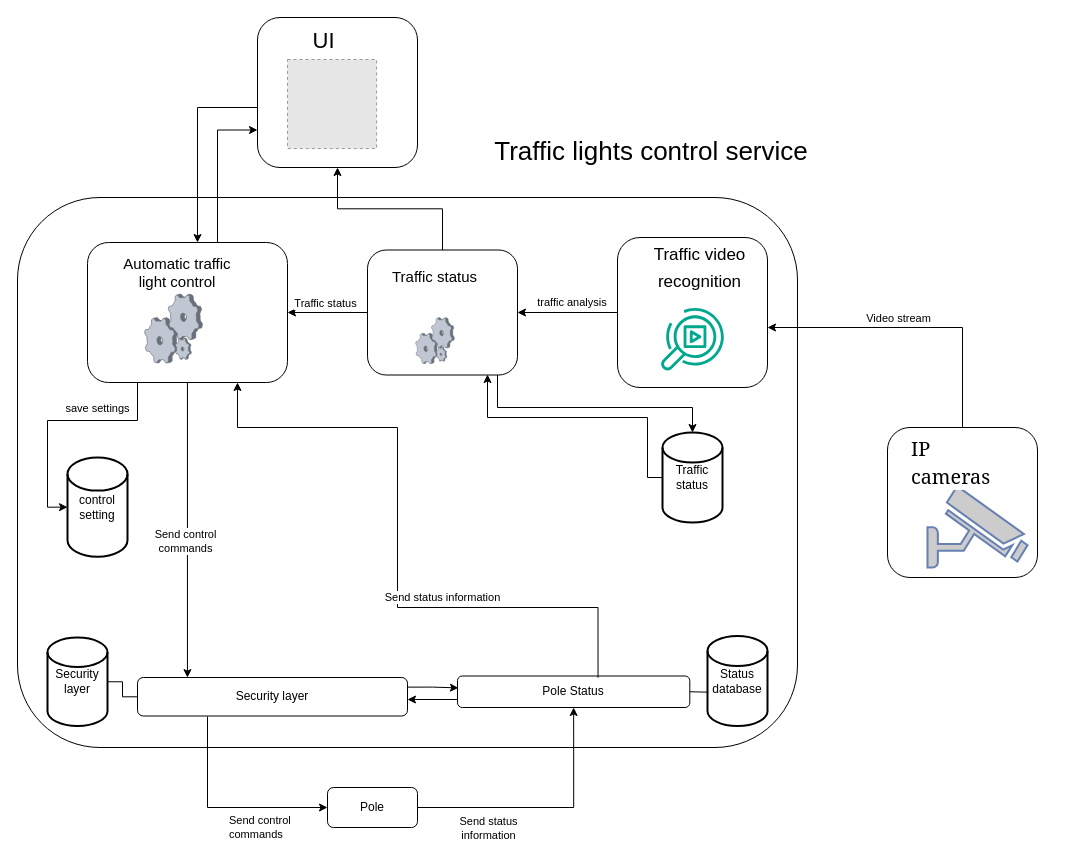
This is Untitled Diagram.drawio from Mrazbb/OAMK_DDD, a draw.io file, before an edit. Source tidied: cells renumbered, new cells numbered last; positions are measured from the earlier drawing's top-left corner, leaving out a move shared by most shapes. Both pictures are drawn from the tidied source at 100%, with x=0, y=0 at pixel (17, 17). Pictures stored in the file or linked from it are replaced by grey dashed boxes.
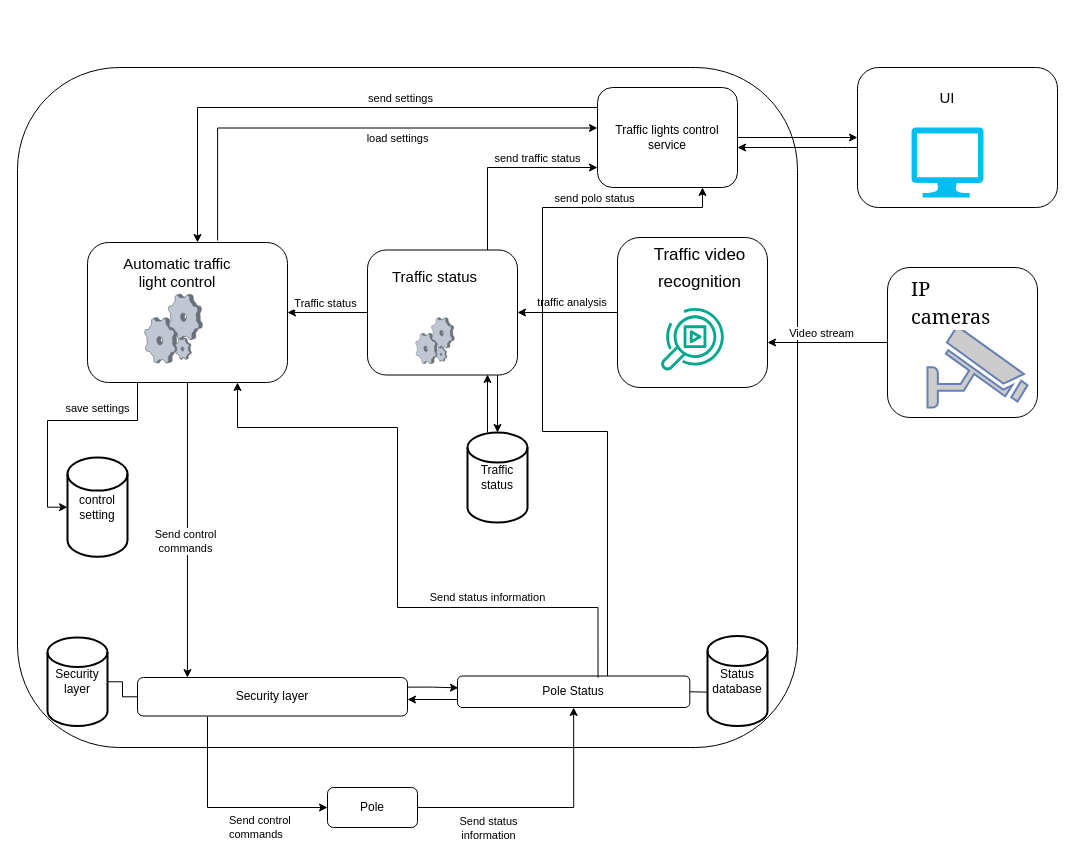
After the change.

The change refers to these unchanged cells:
```xml
<mxCell id="3" style="group;" parent="1" vertex="1">
  <mxGeometry x="30" y="350" width="750" height="400" as="geometry" />
</mxCell>
```

Diff of the diagram source:
```diff
@@
+    <mxCell id="53" style="group;" parent="3" vertex="1">
+      <mxGeometry x="-30" y="-300" width="780" height="680" as="geometry" />
+    </mxCell>
-    <mxCell id="4" style="rounded=1;whiteSpace=wrap;html=1;align=center;" parent="3" vertex="1">
-      <mxGeometry x="-30" y="-170" width="780" height="550" as="geometry" />
+    <mxCell id="4" style="rounded=1;whiteSpace=wrap;html=1;align=center;" parent="53" vertex="1">
+      <mxGeometry width="780" height="680" as="geometry" />
     </mxCell>
-    <mxCell id="5" style="edgeStyle=orthogonalEdgeStyle;shape=connector;rounded=0;jettySize=auto;html=1;exitX=1;exitY=0.25;exitDx=0;exitDy=0;labelBackgroundColor=default;strokeColor=default;align=center;verticalAlign=middle;fontFamily=Helvetica;fontSize=11;fontColor=default;endArrow=classic;entryX=0.004;entryY=0.378;entryDx=0;entryDy=0;entryPerimeter=0;" parent="4" edge="1" source="6" target="8">
-      <mxGeometry relative="1" as="geometry">
-        <Array as="points">
-          <mxPoint x="415" y="490" />
-        </Array>
-      </mxGeometry>
-    </mxCell>
-    <mxCell id="6" value="Security layer" style="rounded=1;whiteSpace=wrap;html=1;" parent="4" vertex="1">
-      <mxGeometry x="120" y="480" width="270" height="38.5" as="geometry" />
+    <mxCell id="6" value="Security layer" style="rounded=1;whiteSpace=wrap;html=1;" parent="53" vertex="1">
+      <mxGeometry x="120" y="610" width="270" height="38.5" as="geometry" />
     </mxCell>
-    <mxCell id="7" style="edgeStyle=orthogonalEdgeStyle;shape=connector;rounded=0;jettySize=auto;html=1;exitX=0;exitY=0.75;exitDx=0;exitDy=0;labelBackgroundColor=default;strokeColor=default;align=center;verticalAlign=middle;fontFamily=Helvetica;fontSize=11;fontColor=default;endArrow=classic;" parent="4" edge="1" source="8">
+    <mxCell id="7" style="edgeStyle=orthogonalEdgeStyle;shape=connector;rounded=0;jettySize=auto;html=1;exitX=0;exitY=0.75;exitDx=0;exitDy=0;labelBackgroundColor=default;strokeColor=default;align=center;verticalAlign=middle;fontFamily=Helvetica;fontSize=11;fontColor=default;endArrow=classic;" parent="53" edge="1" source="8">
       <mxGeometry relative="1" as="geometry">
-        <mxPoint x="390" y="502" as="targetPoint" />
+        <mxPoint x="390" y="632" as="targetPoint" />
         <Array as="points">
-          <mxPoint x="390" y="502" />
+          <mxPoint x="390" y="632" />
         </Array>
       </mxGeometry>
     </mxCell>
+    <mxCell id="54" style="edgeStyle=orthogonalEdgeStyle;shape=connector;rounded=0;jettySize=auto;html=1;entryX=0.75;entryY=1;entryDx=0;entryDy=0;labelBackgroundColor=default;strokeColor=default;align=center;verticalAlign=middle;fontFamily=Helvetica;fontSize=11;fontColor=default;endArrow=classic;" parent="53" edge="1" source="8" target="46">
+      <mxGeometry relative="1" as="geometry">
+        <Array as="points">
+          <mxPoint x="590" y="364" />
+          <mxPoint x="525" y="364" />
+          <mxPoint x="525" y="140" />
+          <mxPoint x="685" y="140" />
+        </Array>
+      </mxGeometry>
+    </mxCell>
+    <mxCell id="55" value="send polo status" style="edgeLabel;html=1;align=center;verticalAlign=middle;fontFamily=Helvetica;fontSize=11;fontColor=default;" parent="54" vertex="1">
+      <mxGeometry x="0.64" y="1" relative="1" as="geometry">
+        <mxPoint y="-9" as="offset" />
+      </mxGeometry>
+    </mxCell>
-    <mxCell id="8" value="Pole Status" style="rounded=1;whiteSpace=wrap;html=1;" parent="4" vertex="1">
-      <mxGeometry x="440" y="478.5" width="232.3" height="31.5" as="geometry" />
+    <mxCell id="8" value="Pole Status" style="rounded=1;whiteSpace=wrap;html=1;" parent="53" vertex="1">
+      <mxGeometry x="440" y="608.5" width="232.3" height="31.5" as="geometry" />
     </mxCell>
+    <mxCell id="5" style="edgeStyle=orthogonalEdgeStyle;shape=connector;rounded=0;jettySize=auto;html=1;exitX=1;exitY=0.25;exitDx=0;exitDy=0;labelBackgroundColor=default;strokeColor=default;align=center;verticalAlign=middle;fontFamily=Helvetica;fontSize=11;fontColor=default;endArrow=classic;entryX=0.004;entryY=0.378;entryDx=0;entryDy=0;entryPerimeter=0;" parent="53" edge="1" source="6" target="8">
+      <mxGeometry relative="1" as="geometry">
+        <Array as="points">
+          <mxPoint x="415" y="620" />
+        </Array>
+      </mxGeometry>
+    </mxCell>
-    <mxCell id="9" value="Security layer" style="strokeWidth=2;html=1;shape=mxgraph.flowchart.database;whiteSpace=wrap;" parent="4" vertex="1">
-      <mxGeometry x="30" y="440" width="60" height="88.5" as="geometry" />
+    <mxCell id="9" value="Security layer" style="strokeWidth=2;html=1;shape=mxgraph.flowchart.database;whiteSpace=wrap;" parent="53" vertex="1">
+      <mxGeometry x="30" y="570" width="60" height="88.5" as="geometry" />
     </mxCell>
-    <mxCell id="10" style="endArrow=none;html=1;rounded=0;labelBackgroundColor=default;strokeColor=default;align=center;verticalAlign=middle;fontFamily=Helvetica;fontSize=11;fontColor=default;shape=connector;edgeStyle=orthogonalEdgeStyle;entryX=1;entryY=0.5;entryDx=0;entryDy=0;entryPerimeter=0;" parent="4" edge="1" source="6" target="9">
+    <mxCell id="10" style="endArrow=none;html=1;rounded=0;labelBackgroundColor=default;strokeColor=default;align=center;verticalAlign=middle;fontFamily=Helvetica;fontSize=11;fontColor=default;shape=connector;edgeStyle=orthogonalEdgeStyle;entryX=1;entryY=0.5;entryDx=0;entryDy=0;entryPerimeter=0;" parent="53" edge="1" source="6" target="9">
       <mxGeometry relative="1" as="geometry" />
     </mxCell>
-    <mxCell id="11" value="Status&lt;br&gt;database" style="strokeWidth=2;html=1;shape=mxgraph.flowchart.database;whiteSpace=wrap;" parent="4" vertex="1">
-      <mxGeometry x="690" y="438.5" width="60" height="90" as="geometry" />
+    <mxCell id="11" value="Status&lt;br&gt;database" style="strokeWidth=2;html=1;shape=mxgraph.flowchart.database;whiteSpace=wrap;" parent="53" vertex="1">
+      <mxGeometry x="690" y="568.5" width="60" height="90" as="geometry" />
     </mxCell>
-    <mxCell id="12" style="endArrow=none;html=1;rounded=0;labelBackgroundColor=default;strokeColor=default;align=center;verticalAlign=middle;fontFamily=Helvetica;fontSize=11;fontColor=default;shape=connector;entryX=0.011;entryY=0.624;entryDx=0;entryDy=0;entryPerimeter=0;exitX=1;exitY=0.5;exitDx=0;exitDy=0;" parent="4" edge="1" source="8" target="11">
+    <mxCell id="12" style="endArrow=none;html=1;rounded=0;labelBackgroundColor=default;strokeColor=default;align=center;verticalAlign=middle;fontFamily=Helvetica;fontSize=11;fontColor=default;shape=connector;entryX=0.011;entryY=0.624;entryDx=0;entryDy=0;entryPerimeter=0;exitX=1;exitY=0.5;exitDx=0;exitDy=0;" parent="53" edge="1" source="8" target="11">
       <mxGeometry relative="1" as="geometry" />
     </mxCell>
-    <mxCell id="13" style="rounded=1;whiteSpace=wrap;html=1;" parent="4" vertex="1">
-      <mxGeometry x="70" y="45" width="200" height="140" as="geometry" />
+    <mxCell id="13" style="rounded=1;whiteSpace=wrap;html=1;" parent="53" vertex="1">
+      <mxGeometry x="70" y="175" width="200" height="140" as="geometry" />
     </mxCell>
@@
-    <mxCell id="16" style="rounded=1;whiteSpace=wrap;html=1;" parent="4" vertex="1">
-      <mxGeometry x="600" y="40" width="150" height="150" as="geometry" />
+    <mxCell id="16" style="rounded=1;whiteSpace=wrap;html=1;" parent="53" vertex="1">
+      <mxGeometry x="600" y="170" width="150" height="150" as="geometry" />
     </mxCell>
@@
-    <mxCell id="19" value="traffic analysis" style="text;html=1;strokeColor=none;fillColor=none;align=center;verticalAlign=middle;whiteSpace=wrap;rounded=0;fontFamily=Helvetica;fontSize=11;fontColor=default;" parent="4" vertex="1">
-      <mxGeometry x="510" y="90" width="90" height="30" as="geometry" />
+    <mxCell id="19" value="traffic analysis" style="text;html=1;strokeColor=none;fillColor=none;align=center;verticalAlign=middle;whiteSpace=wrap;rounded=0;fontFamily=Helvetica;fontSize=11;fontColor=default;" parent="53" vertex="1">
+      <mxGeometry x="510" y="220" width="90" height="30" as="geometry" />
     </mxCell>
-    <mxCell id="20" style="edgeStyle=orthogonalEdgeStyle;shape=connector;rounded=0;jettySize=auto;html=1;labelBackgroundColor=default;strokeColor=default;align=center;verticalAlign=middle;fontFamily=Helvetica;fontSize=11;fontColor=default;endArrow=classic;entryX=0.185;entryY=0.003;entryDx=0;entryDy=0;entryPerimeter=0;" parent="4" edge="1" source="13" target="6">
+    <mxCell id="20" style="edgeStyle=orthogonalEdgeStyle;shape=connector;rounded=0;jettySize=auto;html=1;labelBackgroundColor=default;strokeColor=default;align=center;verticalAlign=middle;fontFamily=Helvetica;fontSize=11;fontColor=default;endArrow=classic;entryX=0.185;entryY=0.003;entryDx=0;entryDy=0;entryPerimeter=0;" parent="53" edge="1" source="13" target="6">
       <mxGeometry relative="1" as="geometry">
         <Array as="points">
-          <mxPoint x="170" y="480" />
+          <mxPoint x="170" y="610" />
         </Array>
       </mxGeometry>
     </mxCell>
@@
-    <mxCell id="22" value="control setting" style="strokeWidth=2;html=1;shape=mxgraph.flowchart.database;whiteSpace=wrap;" parent="4" vertex="1">
-      <mxGeometry x="50" y="260" width="60" height="99.3" as="geometry" />
+    <mxCell id="22" value="control setting" style="strokeWidth=2;html=1;shape=mxgraph.flowchart.database;whiteSpace=wrap;" parent="53" vertex="1">
+      <mxGeometry x="50" y="390" width="60" height="99.3" as="geometry" />
     </mxCell>
-    <mxCell id="23" style="edgeStyle=orthogonalEdgeStyle;shape=connector;rounded=0;jettySize=auto;html=1;entryX=0;entryY=0.5;entryDx=0;entryDy=0;entryPerimeter=0;labelBackgroundColor=default;strokeColor=default;align=center;verticalAlign=middle;fontFamily=Helvetica;fontSize=11;fontColor=default;endArrow=classic;" parent="4" edge="1" source="13" target="22">
+    <mxCell id="23" style="edgeStyle=orthogonalEdgeStyle;shape=connector;rounded=0;jettySize=auto;html=1;entryX=0;entryY=0.5;entryDx=0;entryDy=0;entryPerimeter=0;labelBackgroundColor=default;strokeColor=default;align=center;verticalAlign=middle;fontFamily=Helvetica;fontSize=11;fontColor=default;endArrow=classic;" parent="53" edge="1" source="13" target="22">
       <mxGeometry relative="1" as="geometry">
         <Array as="points">
-          <mxPoint x="120" y="223" />
-          <mxPoint x="30" y="223" />
-          <mxPoint x="30" y="310" />
+          <mxPoint x="120" y="353" />
+          <mxPoint x="30" y="353" />
+          <mxPoint x="30" y="440" />
         </Array>
       </mxGeometry>
     </mxCell>
@@
-    <mxCell id="25" style="edgeStyle=orthogonalEdgeStyle;shape=connector;rounded=0;jettySize=auto;html=1;exitX=0.605;exitY=0.054;exitDx=0;exitDy=0;labelBackgroundColor=default;strokeColor=default;align=center;verticalAlign=middle;fontFamily=Helvetica;fontSize=11;fontColor=default;endArrow=classic;exitPerimeter=0;entryX=0.75;entryY=1;entryDx=0;entryDy=0;" parent="4" edge="1" source="8" target="13">
+    <mxCell id="25" style="edgeStyle=orthogonalEdgeStyle;shape=connector;rounded=0;jettySize=auto;html=1;exitX=0.605;exitY=0.054;exitDx=0;exitDy=0;labelBackgroundColor=default;strokeColor=default;align=center;verticalAlign=middle;fontFamily=Helvetica;fontSize=11;fontColor=default;endArrow=classic;exitPerimeter=0;entryX=0.75;entryY=1;entryDx=0;entryDy=0;" parent="53" edge="1" source="8" target="13">
       <mxGeometry relative="1" as="geometry">
         <Array as="points">
-          <mxPoint x="581" y="410" />
-          <mxPoint x="380" y="410" />
-          <mxPoint x="380" y="230" />
-          <mxPoint x="220" y="230" />
+          <mxPoint x="581" y="540" />
+          <mxPoint x="380" y="540" />
+          <mxPoint x="380" y="360" />
+          <mxPoint x="220" y="360" />
         </Array>
       </mxGeometry>
     </mxCell>
     <mxCell id="26" value="Send status information" style="edgeLabel;html=1;align=center;verticalAlign=middle;fontFamily=Helvetica;fontSize=11;fontColor=default;" parent="25" vertex="1">
       <mxGeometry x="-0.31" y="-2" relative="1" as="geometry">
-        <mxPoint y="-9" as="offset" />
+        <mxPoint x="45" y="-9" as="offset" />
       </mxGeometry>
     </mxCell>
-    <mxCell id="27" style="edgeStyle=orthogonalEdgeStyle;shape=connector;rounded=0;jettySize=auto;html=1;labelBackgroundColor=default;strokeColor=default;align=center;verticalAlign=middle;fontFamily=Helvetica;fontSize=11;fontColor=default;endArrow=classic;" parent="4" edge="1" source="29" target="13">
+    <mxCell id="27" style="edgeStyle=orthogonalEdgeStyle;shape=connector;rounded=0;jettySize=auto;html=1;labelBackgroundColor=default;strokeColor=default;align=center;verticalAlign=middle;fontFamily=Helvetica;fontSize=11;fontColor=default;endArrow=classic;" parent="53" edge="1" source="29" target="13">
       <mxGeometry relative="1" as="geometry" />
     </mxCell>
@@
-    <mxCell id="29" style="rounded=1;whiteSpace=wrap;html=1;" parent="4" vertex="1">
-      <mxGeometry x="350" y="52.5" width="150" height="125" as="geometry" />
+    <mxCell id="29" style="rounded=1;whiteSpace=wrap;html=1;" parent="53" vertex="1">
+      <mxGeometry x="350" y="182.5" width="150" height="125" as="geometry" />
     </mxCell>
@@
-    <mxCell id="32" style="edgeStyle=orthogonalEdgeStyle;shape=connector;rounded=0;jettySize=auto;html=1;entryX=1;entryY=0.5;entryDx=0;entryDy=0;labelBackgroundColor=default;strokeColor=default;align=center;verticalAlign=middle;fontFamily=Helvetica;fontSize=11;fontColor=default;endArrow=classic;" parent="4" edge="1" source="16" target="29">
+    <mxCell id="32" style="edgeStyle=orthogonalEdgeStyle;shape=connector;rounded=0;jettySize=auto;html=1;entryX=1;entryY=0.5;entryDx=0;entryDy=0;labelBackgroundColor=default;strokeColor=default;align=center;verticalAlign=middle;fontFamily=Helvetica;fontSize=11;fontColor=default;endArrow=classic;" parent="53" edge="1" source="16" target="29">
       <mxGeometry relative="1" as="geometry" />
     </mxCell>
-    <mxCell id="33" value="Traffic status" style="strokeWidth=2;html=1;shape=mxgraph.flowchart.database;whiteSpace=wrap;" parent="4" vertex="1">
-      <mxGeometry x="645" y="235" width="60" height="90" as="geometry" />
+    <mxCell id="33" value="Traffic status" style="strokeWidth=2;html=1;shape=mxgraph.flowchart.database;whiteSpace=wrap;" parent="53" vertex="1">
+      <mxGeometry x="450" y="365" width="60" height="90" as="geometry" />
     </mxCell>
-    <mxCell id="34" style="edgeStyle=orthogonalEdgeStyle;shape=connector;rounded=0;jettySize=auto;html=1;labelBackgroundColor=default;strokeColor=default;align=center;verticalAlign=middle;fontFamily=Helvetica;fontSize=11;fontColor=default;endArrow=classic;" parent="4" edge="1" source="29" target="33">
+    <mxCell id="34" style="edgeStyle=orthogonalEdgeStyle;shape=connector;rounded=0;jettySize=auto;html=1;labelBackgroundColor=default;strokeColor=default;align=center;verticalAlign=middle;fontFamily=Helvetica;fontSize=11;fontColor=default;endArrow=classic;" parent="53" edge="1" source="29" target="33">
       <mxGeometry relative="1" as="geometry">
         <Array as="points">
-          <mxPoint x="480" y="210" />
-          <mxPoint x="675" y="210" />
+          <mxPoint x="480" y="360" />
+          <mxPoint x="480" y="360" />
         </Array>
       </mxGeometry>
     </mxCell>
-    <mxCell id="35" style="edgeStyle=orthogonalEdgeStyle;shape=connector;rounded=0;jettySize=auto;html=1;labelBackgroundColor=default;strokeColor=default;align=center;verticalAlign=middle;fontFamily=Helvetica;fontSize=11;fontColor=default;endArrow=classic;" parent="4" edge="1" source="33">
+    <mxCell id="35" style="edgeStyle=orthogonalEdgeStyle;shape=connector;rounded=0;jettySize=auto;html=1;labelBackgroundColor=default;strokeColor=default;align=center;verticalAlign=middle;fontFamily=Helvetica;fontSize=11;fontColor=default;endArrow=classic;" parent="53" edge="1" source="33">
       <mxGeometry relative="1" as="geometry">
-        <mxPoint x="470" y="177" as="targetPoint" />
+        <mxPoint x="470" y="307" as="targetPoint" />
         <Array as="points">
-          <mxPoint x="630" y="280" />
-          <mxPoint x="630" y="220" />
-          <mxPoint x="470" y="220" />
-          <mxPoint x="470" y="177" />
+          <mxPoint x="470" y="370" />
+          <mxPoint x="470" y="370" />
         </Array>
       </mxGeometry>
     </mxCell>
+    <mxCell id="46" value="Traffic lights control service" style="rounded=1;whiteSpace=wrap;html=1;" parent="53" vertex="1">
+      <mxGeometry x="580" y="20" width="140" height="100" as="geometry" />
+    </mxCell>
+    <mxCell id="51" style="edgeStyle=orthogonalEdgeStyle;shape=connector;rounded=0;jettySize=auto;html=1;labelBackgroundColor=default;strokeColor=default;align=center;verticalAlign=middle;fontFamily=Helvetica;fontSize=11;fontColor=default;endArrow=classic;" parent="53" edge="1" source="29" target="46">
+      <mxGeometry relative="1" as="geometry">
+        <Array as="points">
+          <mxPoint x="470" y="100" />
+        </Array>
+      </mxGeometry>
+    </mxCell>
+    <mxCell id="56" value="send traffic status" style="edgeLabel;html=1;align=center;verticalAlign=middle;fontFamily=Helvetica;fontSize=11;fontColor=default;" parent="51" vertex="1">
+      <mxGeometry x="0.23" y="-1" relative="1" as="geometry">
+        <mxPoint x="14" y="-11" as="offset" />
+      </mxGeometry>
+    </mxCell>
+    <mxCell id="45" style="edgeStyle=orthogonalEdgeStyle;shape=connector;rounded=0;jettySize=auto;html=1;labelBackgroundColor=default;strokeColor=default;align=center;verticalAlign=middle;fontFamily=Helvetica;fontSize=11;fontColor=default;endArrow=classic;" parent="53" edge="1" source="46" target="13">
+      <mxGeometry relative="1" as="geometry">
+        <Array as="points">
+          <mxPoint x="180" y="40" />
+        </Array>
+      </mxGeometry>
+    </mxCell>
+    <mxCell id="57" value="send settings" style="edgeLabel;html=1;align=center;verticalAlign=middle;fontFamily=Helvetica;fontSize=11;fontColor=default;" parent="45" vertex="1">
+      <mxGeometry x="-0.24" y="1" relative="1" as="geometry">
+        <mxPoint x="5" y="-11" as="offset" />
+      </mxGeometry>
+    </mxCell>
+    <mxCell id="52" style="edgeStyle=orthogonalEdgeStyle;shape=connector;rounded=0;orthogonalLoop=1;jettySize=auto;html=1;entryX=-0.002;entryY=0.375;entryDx=0;entryDy=0;labelBackgroundColor=default;strokeColor=default;align=center;verticalAlign=middle;fontFamily=Helvetica;fontSize=11;fontColor=default;endArrow=classic;entryPerimeter=0;" parent="53" edge="1">
+      <mxGeometry relative="1" as="geometry">
+        <mxPoint x="200.1" y="173" as="sourcePoint" />
+        <mxPoint x="579.9" y="60.5" as="targetPoint" />
+        <Array as="points">
+          <mxPoint x="200.1" y="60" />
+          <mxPoint x="580.1" y="60" />
+        </Array>
+      </mxGeometry>
+    </mxCell>
+    <mxCell id="58" value="load settings" style="edgeLabel;html=1;align=center;verticalAlign=middle;fontFamily=Helvetica;fontSize=11;fontColor=default;" parent="52" vertex="1">
+      <mxGeometry x="0.17" y="-2" relative="1" as="geometry">
+        <mxPoint x="4" y="8" as="offset" />
+      </mxGeometry>
+    </mxCell>
     <mxCell id="36" style="group;" parent="1" vertex="1">
-      <mxGeometry x="870" y="410" width="150" height="150" as="geometry" />
+      <mxGeometry x="870" y="250" width="150" height="150" as="geometry" />
     </mxCell>
@@
-    <mxCell id="45" style="edgeStyle=orthogonalEdgeStyle;shape=connector;rounded=0;jettySize=auto;html=1;labelBackgroundColor=default;strokeColor=default;align=center;verticalAlign=middle;fontFamily=Helvetica;fontSize=11;fontColor=default;endArrow=classic;" parent="1" edge="1" source="46" target="13">
-      <mxGeometry relative="1" as="geometry">
-        <Array as="points">
-          <mxPoint x="180" y="90" />
-        </Array>
-      </mxGeometry>
-    </mxCell>
-    <mxCell id="46" style="rounded=1;whiteSpace=wrap;html=1;" parent="1" vertex="1">
-      <mxGeometry x="240" width="160" height="150" as="geometry" />
-    </mxCell>
-    <mxCell id="47" style="fillColor=#E6E6E6;strokeColor=#999999;dashed=1;html=1;verticalAlign=top;verticalLabelPosition=bottom;labelBackgroundColor=#ffffff;fontFamily=Helvetica;fontSize=11;fontColor=default;" parent="46" vertex="1">
-      <mxGeometry x="30" y="42" width="89.1" height="89.1" as="geometry" />
-    </mxCell>
+    <mxCell id="50" style="edgeStyle=orthogonalEdgeStyle;rounded=0;orthogonalLoop=1;jettySize=auto;html=1;exitX=0.5;exitY=1;exitDx=0;exitDy=0;entryX=0.5;entryY=1;entryDx=0;entryDy=0;" parent="1" edge="1">
+      <mxGeometry relative="1" as="geometry">
+        <mxPoint x="834" y="128.5" as="sourcePoint" />
+        <mxPoint x="834" y="128.5" as="targetPoint" />
+      </mxGeometry>
+    </mxCell>
+    <mxCell id="59" style="edgeStyle=orthogonalEdgeStyle;shape=connector;rounded=0;jettySize=auto;html=1;labelBackgroundColor=default;strokeColor=default;align=center;verticalAlign=middle;fontFamily=Helvetica;fontSize=11;fontColor=default;endArrow=classic;" parent="1" edge="1" source="60" target="46">
+      <mxGeometry relative="1" as="geometry">
+        <Array as="points">
+          <mxPoint x="830" y="130" />
+          <mxPoint x="830" y="130" />
+        </Array>
+      </mxGeometry>
+    </mxCell>
+    <mxCell id="60" style="rounded=1;whiteSpace=wrap;html=1;" parent="1" vertex="1">
+      <mxGeometry x="840" y="50" width="200" height="140" as="geometry" />
+    </mxCell>
-    <mxCell id="48" value="UI" style="text;html=1;strokeColor=none;fillColor=none;align=center;verticalAlign=middle;whiteSpace=wrap;rounded=0;fontFamily=Helvetica;fontSize=22;fontColor=default;" parent="46" vertex="1">
-      <mxGeometry x="49.7" y="11.4" width="33.1" height="25.2" as="geometry" />
+    <mxCell id="48" value="UI" style="text;html=1;strokeColor=none;fillColor=none;align=center;verticalAlign=middle;whiteSpace=wrap;rounded=0;fontFamily=Helvetica;fontSize=15;fontColor=default;" parent="60" vertex="1">
+      <mxGeometry x="20" width="140" height="60" as="geometry" />
     </mxCell>
-    <mxCell id="49" value="Traffic lights control service" style="text;html=1;strokeColor=none;fillColor=none;align=center;verticalAlign=middle;whiteSpace=wrap;rounded=0;fontSize=26;" parent="1" vertex="1">
-      <mxGeometry x="460" y="110" width="347.9" height="48.5" as="geometry" />
-    </mxCell>
-    <mxCell id="50" style="edgeStyle=orthogonalEdgeStyle;rounded=0;orthogonalLoop=1;jettySize=auto;html=1;exitX=0.5;exitY=1;exitDx=0;exitDy=0;entryX=0.5;entryY=1;entryDx=0;entryDy=0;" parent="1" edge="1" source="49" target="49">
-      <mxGeometry relative="1" as="geometry" />
-    </mxCell>
-    <mxCell id="51" style="edgeStyle=orthogonalEdgeStyle;shape=connector;rounded=0;jettySize=auto;html=1;labelBackgroundColor=default;strokeColor=default;align=center;verticalAlign=middle;fontFamily=Helvetica;fontSize=11;fontColor=default;endArrow=classic;" parent="1" edge="1" source="29" target="46">
-      <mxGeometry relative="1" as="geometry" />
-    </mxCell>
-    <mxCell id="52" style="edgeStyle=orthogonalEdgeStyle;shape=connector;rounded=0;jettySize=auto;html=1;entryX=0;entryY=0.75;entryDx=0;entryDy=0;labelBackgroundColor=default;strokeColor=default;align=center;verticalAlign=middle;fontFamily=Helvetica;fontSize=11;fontColor=default;endArrow=classic;" parent="1" edge="1" source="13" target="46">
-      <mxGeometry relative="1" as="geometry">
-        <Array as="points">
-          <mxPoint x="200" y="112" />
-        </Array>
-      </mxGeometry>
-    </mxCell>
+    <mxCell id="61" style="verticalLabelPosition=bottom;html=1;verticalAlign=top;align=center;strokeColor=none;fillColor=#00BEF2;shape=mxgraph.azure.computer;fontFamily=Helvetica;fontSize=11;fontColor=default;" parent="60" vertex="1">
+      <mxGeometry x="54" y="60" width="72" height="70" as="geometry" />
+    </mxCell>
+    <mxCell id="62" style="edgeStyle=orthogonalEdgeStyle;shape=connector;rounded=0;jettySize=auto;html=1;labelBackgroundColor=default;strokeColor=default;align=center;verticalAlign=middle;fontFamily=Helvetica;fontSize=11;fontColor=default;endArrow=classic;" parent="1" edge="1" source="46" target="60">
+      <mxGeometry relative="1" as="geometry" />
+    </mxCell>
```
